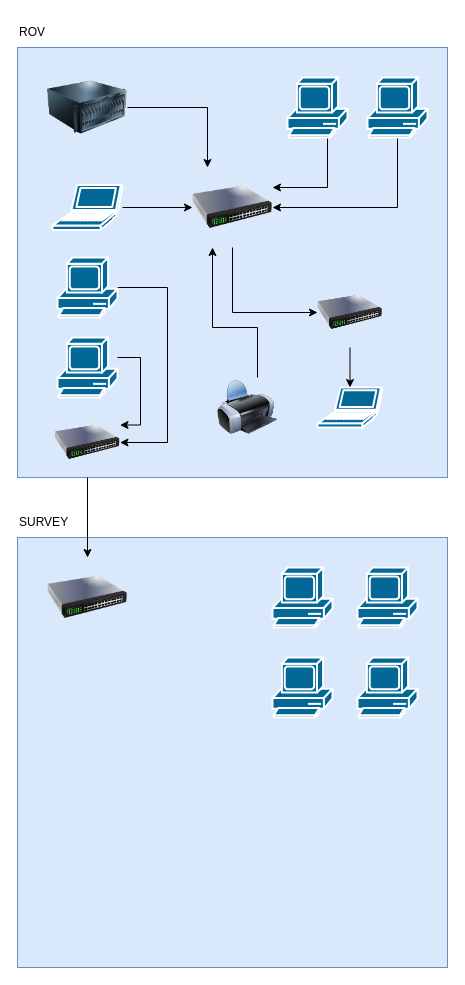
This is Untitled Diagram.drawio from guilherme-louback/guilherme-louback, a draw.io file, before an edit. Source tidied: cells renumbered, new cells numbered last; positions are measured from the earlier drawing's top-left corner, leaving out a move shared by most shapes. Both pictures are drawn from the tidied source at 100%, with x=0, y=0 at pixel (17, 17).
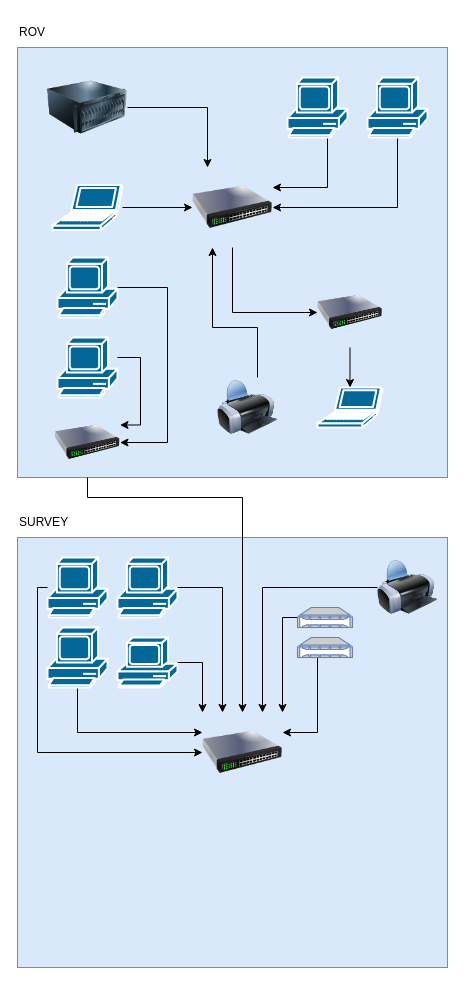
The same page after the edit.

Unchanged cells that the change refers to:
```xml
<mxCell id="24" style="image;html=1;image=img/lib/clip_art/networking/Switch_128x128.png;" parent="1" vertex="1">
  <mxGeometry x="37.5" y="390" width="65" height="70" as="geometry" />
</mxCell>
```

The edit, as a diff of the source:
```diff
@@
-    <mxCell id="23" style="edgeStyle=orthogonalEdgeStyle;rounded=0;jettySize=auto;html=1;" parent="1" edge="1" source="24" target="25">
-      <mxGeometry relative="1" as="geometry" />
+    <mxCell id="23" style="edgeStyle=orthogonalEdgeStyle;rounded=0;jettySize=auto;html=1;exitX=0.5;exitY=1;exitDx=0;exitDy=0;" parent="1" edge="1" source="24" target="25">
+      <mxGeometry relative="1" as="geometry">
+        <Array as="points">
+          <mxPoint x="70" y="480" />
+          <mxPoint x="225" y="480" />
+        </Array>
+      </mxGeometry>
     </mxCell>
@@
     <mxCell id="25" style="image;html=1;image=img/lib/clip_art/networking/Switch_128x128.png;" parent="1" vertex="1">
-      <mxGeometry x="30" y="540" width="80" height="80" as="geometry" />
+      <mxGeometry x="185" y="695" width="80" height="80" as="geometry" />
     </mxCell>
-    <mxCell id="26" style="shape=mxgraph.cisco.computers_and_peripherals.pc;html=1;dashed=0;fillColor=#036897;strokeColor=#ffffff;strokeWidth=2;verticalLabelPosition=bottom;verticalAlign=top;align=center;outlineConnect=0;" parent="1" vertex="1">
-      <mxGeometry x="340" y="640" width="60" height="60" as="geometry" />
-    </mxCell>
+    <mxCell id="32" style="edgeStyle=orthogonalEdgeStyle;rounded=0;jettySize=auto;html=1;entryX=0;entryY=0.25;entryDx=0;entryDy=0;" parent="1" edge="1" source="27" target="25">
+      <mxGeometry relative="1" as="geometry">
+        <Array as="points">
+          <mxPoint x="60" y="715" />
+        </Array>
+      </mxGeometry>
+    </mxCell>
     <mxCell id="27" style="shape=mxgraph.cisco.computers_and_peripherals.pc;html=1;dashed=0;fillColor=#036897;strokeColor=#ffffff;strokeWidth=2;verticalLabelPosition=bottom;verticalAlign=top;align=center;outlineConnect=0;" parent="1" vertex="1">
-      <mxGeometry x="255" y="640" width="60" height="60" as="geometry" />
+      <mxGeometry x="30" y="610" width="60" height="60" as="geometry" />
     </mxCell>
+    <mxCell id="33" style="edgeStyle=orthogonalEdgeStyle;rounded=0;jettySize=auto;html=1;" parent="1" edge="1" source="28" target="25">
+      <mxGeometry relative="1" as="geometry">
+        <Array as="points">
+          <mxPoint x="20" y="570" />
+          <mxPoint x="20" y="735" />
+        </Array>
+      </mxGeometry>
+    </mxCell>
     <mxCell id="28" style="shape=mxgraph.cisco.computers_and_peripherals.pc;html=1;dashed=0;fillColor=#036897;strokeColor=#ffffff;strokeWidth=2;verticalLabelPosition=bottom;verticalAlign=top;align=center;outlineConnect=0;" parent="1" vertex="1">
-      <mxGeometry x="255" y="550" width="60" height="60" as="geometry" />
+      <mxGeometry x="30" y="540" width="60" height="60" as="geometry" />
     </mxCell>
+    <mxCell id="34" style="edgeStyle=orthogonalEdgeStyle;rounded=0;jettySize=auto;html=1;entryX=0.25;entryY=0;entryDx=0;entryDy=0;" parent="1" edge="1" source="29" target="25">
+      <mxGeometry relative="1" as="geometry" />
+    </mxCell>
     <mxCell id="29" style="shape=mxgraph.cisco.computers_and_peripherals.pc;html=1;dashed=0;fillColor=#036897;strokeColor=#ffffff;strokeWidth=2;verticalLabelPosition=bottom;verticalAlign=top;align=center;outlineConnect=0;" parent="1" vertex="1">
-      <mxGeometry x="340" y="550" width="60" height="60" as="geometry" />
+      <mxGeometry x="100" y="540" width="60" height="60" as="geometry" />
     </mxCell>
@@
+    <mxCell id="35" style="edgeStyle=orthogonalEdgeStyle;rounded=0;jettySize=auto;html=1;entryX=0.75;entryY=0;entryDx=0;entryDy=0;" parent="1" edge="1" source="36" target="25">
+      <mxGeometry relative="1" as="geometry" />
+    </mxCell>
+    <mxCell id="36" style="image;html=1;image=img/lib/clip_art/computers/Printer_128x128.png;" parent="1" vertex="1">
+      <mxGeometry x="360" y="540" width="60" height="60" as="geometry" />
+    </mxCell>
+    <mxCell id="37" style="edgeStyle=orthogonalEdgeStyle;rounded=0;jettySize=auto;html=1;entryX=1;entryY=0;entryDx=0;entryDy=0;" parent="1" edge="1" source="38" target="25">
+      <mxGeometry relative="1" as="geometry">
+        <Array as="points">
+          <mxPoint x="265" y="600" />
+        </Array>
+      </mxGeometry>
+    </mxCell>
+    <mxCell id="38" style="fontColor=#0066CC;verticalAlign=top;verticalLabelPosition=bottom;labelPosition=center;align=center;html=1;outlineConnect=0;fillColor=#CCCCCC;strokeColor=#6881B3;gradientColor=none;gradientDirection=north;strokeWidth=2;shape=mxgraph.networks.nas_filer;" parent="1" vertex="1">
+      <mxGeometry x="280" y="590" width="55" height="20" as="geometry" />
+    </mxCell>
+    <mxCell id="39" style="edgeStyle=orthogonalEdgeStyle;rounded=0;jettySize=auto;html=1;entryX=1;entryY=0.25;entryDx=0;entryDy=0;" parent="1" edge="1" source="40" target="25">
+      <mxGeometry relative="1" as="geometry">
+        <Array as="points">
+          <mxPoint x="300" y="715" />
+        </Array>
+      </mxGeometry>
+    </mxCell>
+    <mxCell id="40" style="fontColor=#0066CC;verticalAlign=top;verticalLabelPosition=bottom;labelPosition=center;align=center;html=1;outlineConnect=0;fillColor=#CCCCCC;strokeColor=#6881B3;gradientColor=none;gradientDirection=north;strokeWidth=2;shape=mxgraph.networks.nas_filer;" parent="1" vertex="1">
+      <mxGeometry x="280" y="620" width="55" height="20" as="geometry" />
+    </mxCell>
+    <mxCell id="41" style="edgeStyle=orthogonalEdgeStyle;rounded=0;jettySize=auto;html=1;entryX=0;entryY=0;entryDx=0;entryDy=0;" parent="1" edge="1" source="26" target="25">
+      <mxGeometry relative="1" as="geometry" />
+    </mxCell>
+    <mxCell id="26" style="shape=mxgraph.cisco.computers_and_peripherals.pc;html=1;dashed=0;fillColor=#036897;strokeColor=#ffffff;strokeWidth=2;verticalLabelPosition=bottom;verticalAlign=top;align=center;outlineConnect=0;" parent="1" vertex="1">
+      <mxGeometry x="100" y="620" width="60" height="50" as="geometry" />
+    </mxCell>
```
